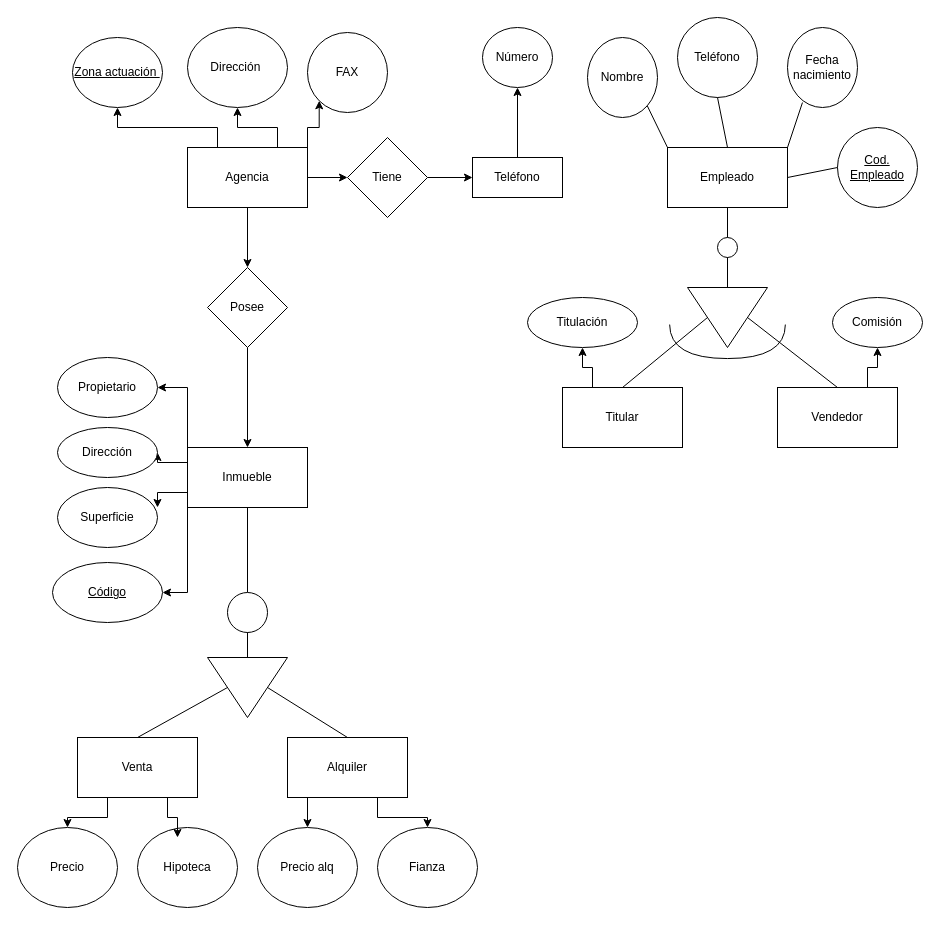
Above: Diagrama Ejercicio12.drawio in LuisAlvarado89/Proyecto1 (draw.io), before the change. Source tidied: cells renumbered, new cells numbered last; positions are measured from the earlier drawing's top-left corner, leaving out a move shared by most shapes. Both pictures are drawn from the tidied source at 100%, with x=0, y=0 at pixel (17, 17).
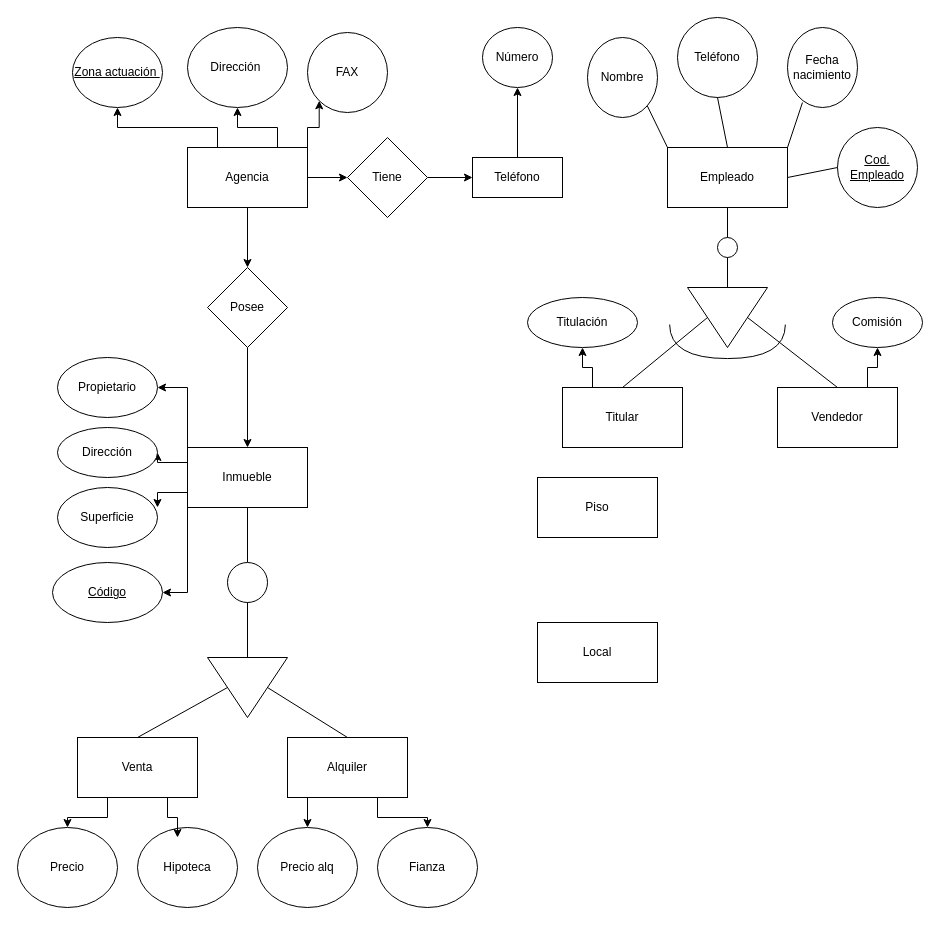
The same page after the edit.

What changed in the source:
```diff
@@
     <mxCell id="52" style="ellipse;whiteSpace=wrap;html=1;" parent="1" vertex="1">
-      <mxGeometry x="210" y="575" width="40" height="40" as="geometry" />
+      <mxGeometry x="210" y="545" width="40" height="40" as="geometry" />
     </mxCell>
@@
+    <mxCell id="67" value="Piso" style="rounded=0;whiteSpace=wrap;html=1;" parent="1" vertex="1">
+      <mxGeometry x="520" y="460" width="120" height="60" as="geometry" />
+    </mxCell>
+    <mxCell id="68" value="Local" style="rounded=0;whiteSpace=wrap;html=1;" parent="1" vertex="1">
+      <mxGeometry x="520" y="605" width="120" height="60" as="geometry" />
+    </mxCell>
```
